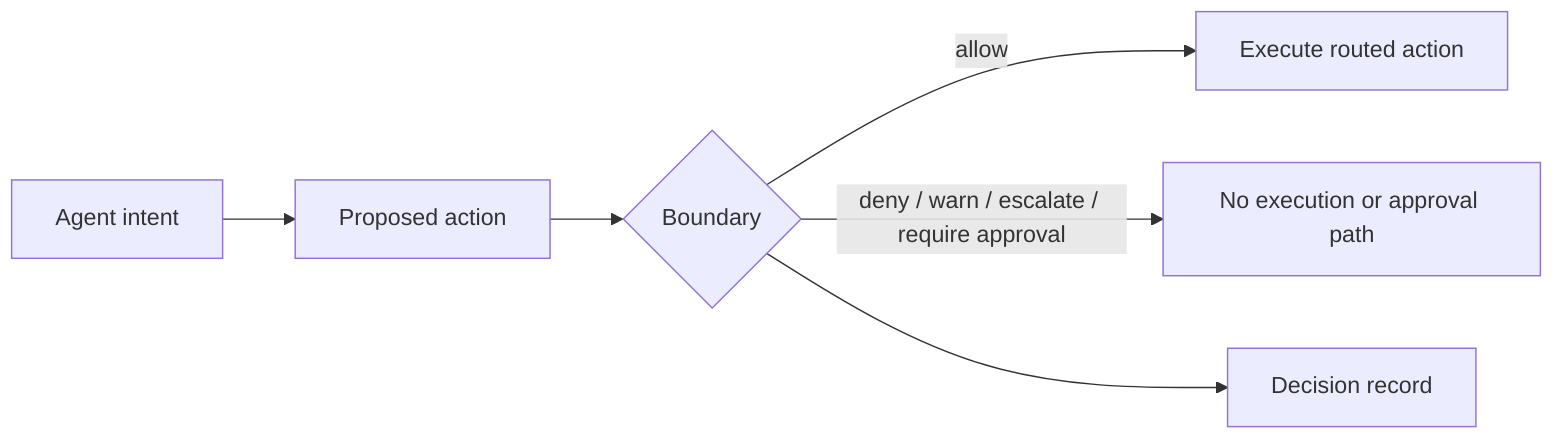
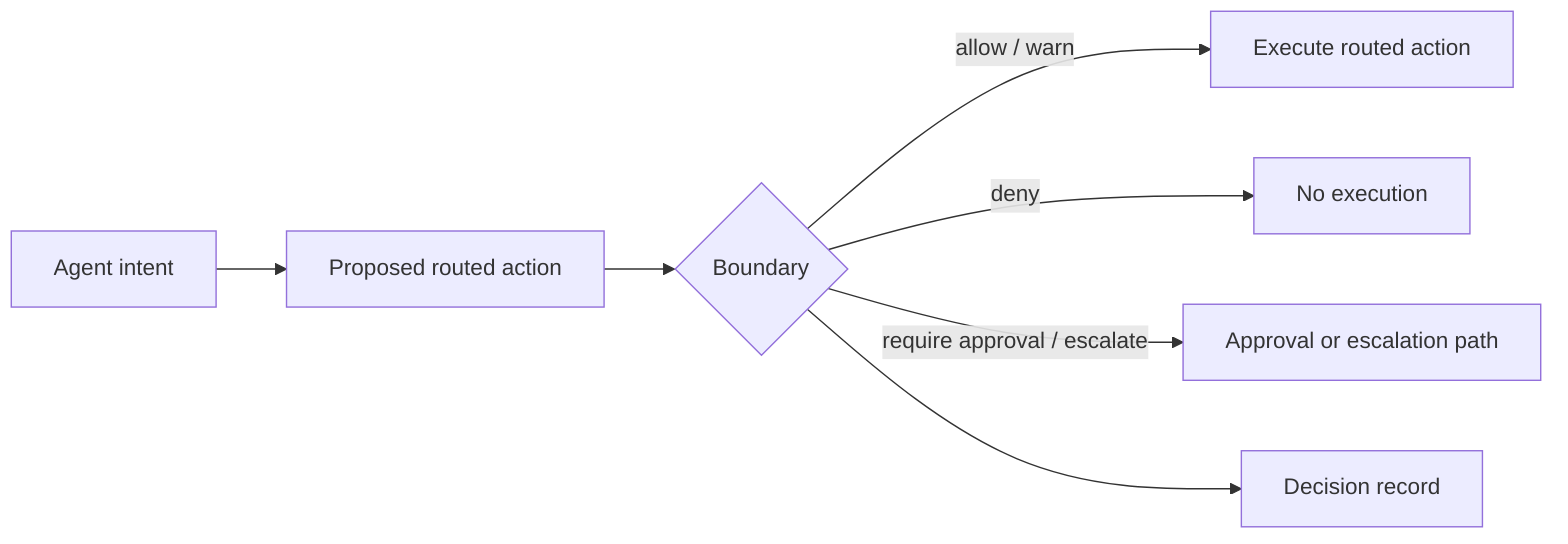
flowchart LR
-   A[Agent intent] --> B[Proposed action]
+   A[Agent intent] --> B[Proposed routed action]
  B --> C{Boundary}
-   C -->|allow| D[Execute routed action]
-   C -->|deny / warn / escalate / require approval| E[No execution or approval path]
-   C --> F[Decision record]
+   C -->|allow / warn| D[Execute routed action]
+   C -->|deny| E[No execution]
+   C -->|require approval / escalate| F[Approval or escalation path]
+   C --> G[Decision record]
